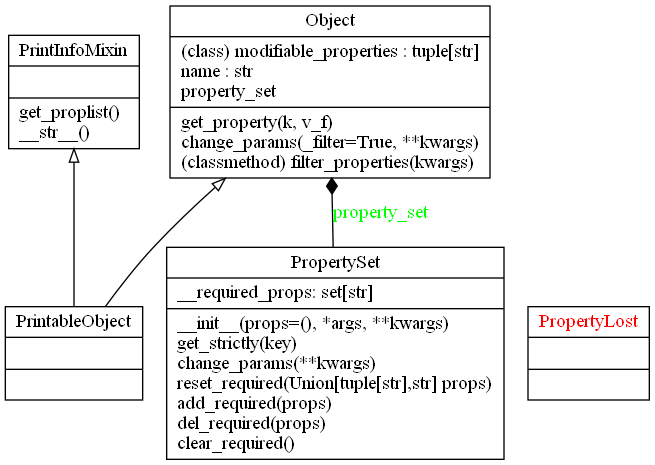
bobdadada/cavag keeps this Graphviz diagram as docs/_assets/pics/uml/_utils_uml.png. Above is the earlier version. Its source is kept beside it as docs/_assets/pics/uml/_utils_uml.dot.
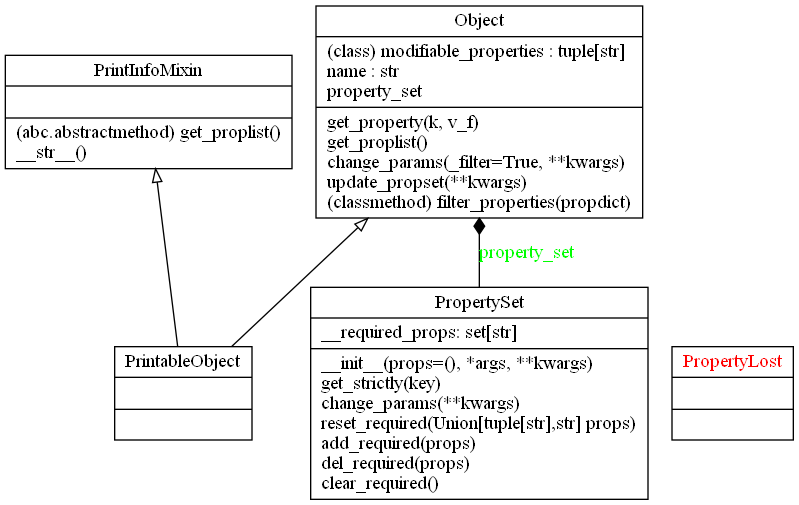
The same file after the commit.

The edit, as a diff of the source:
```diff
@@ -1,11 +1,11 @@
 digraph "classes" {
 charset="utf-8"
 rankdir=BT
-"0" [label="{PrintInfoMixin|\l|get_proplist()\l__str__()\l}", shape="record"];
+"0" [label="{PrintInfoMixin|\l|(abc.abstractmethod) get_proplist()\l__str__()\l}", shape="record"];
 "1" [label="{PrintableObject|\l|}", shape="record"];
 "2" [fontcolor="red", label="{PropertyLost|\l|}", shape="record"];
 "3" [label="{PropertySet|__required_props: set[str]\l|__init__(props=(), *args, **kwargs)\lget_strictly(key)\lchange_params(**kwargs)\lreset_required(Union[tuple[str],str] props)\ladd_required(props)\ldel_required(props)\lclear_required()\l}", shape="record"];
-"4" [label="{Object|(class) modifiable_properties : tuple[str]\lname : str\lproperty_set\l|get_property(k, v_f)\lchange_params(_filter=True, **kwargs)\l(classmethod) filter_properties(kwargs)\l}", shape="record"];
+"4" [label="{Object|(class) modifiable_properties : tuple[str]\lname : str\lproperty_set\l|get_property(k, v_f)\lget_proplist()\lchange_params(_filter=True, **kwargs)\lupdate_propset(**kwargs)\l(classmethod) filter_properties(propdict)\l}", shape="record"];
 "1" -> "0" [arrowhead="empty", arrowtail="none"];
 "1" -> "4" [arrowhead="empty", arrowtail="none"];
 "3" -> "4" [arrowhead="diamond", arrowtail="none", fontcolor="green", label="property_set", style="solid"];
```
